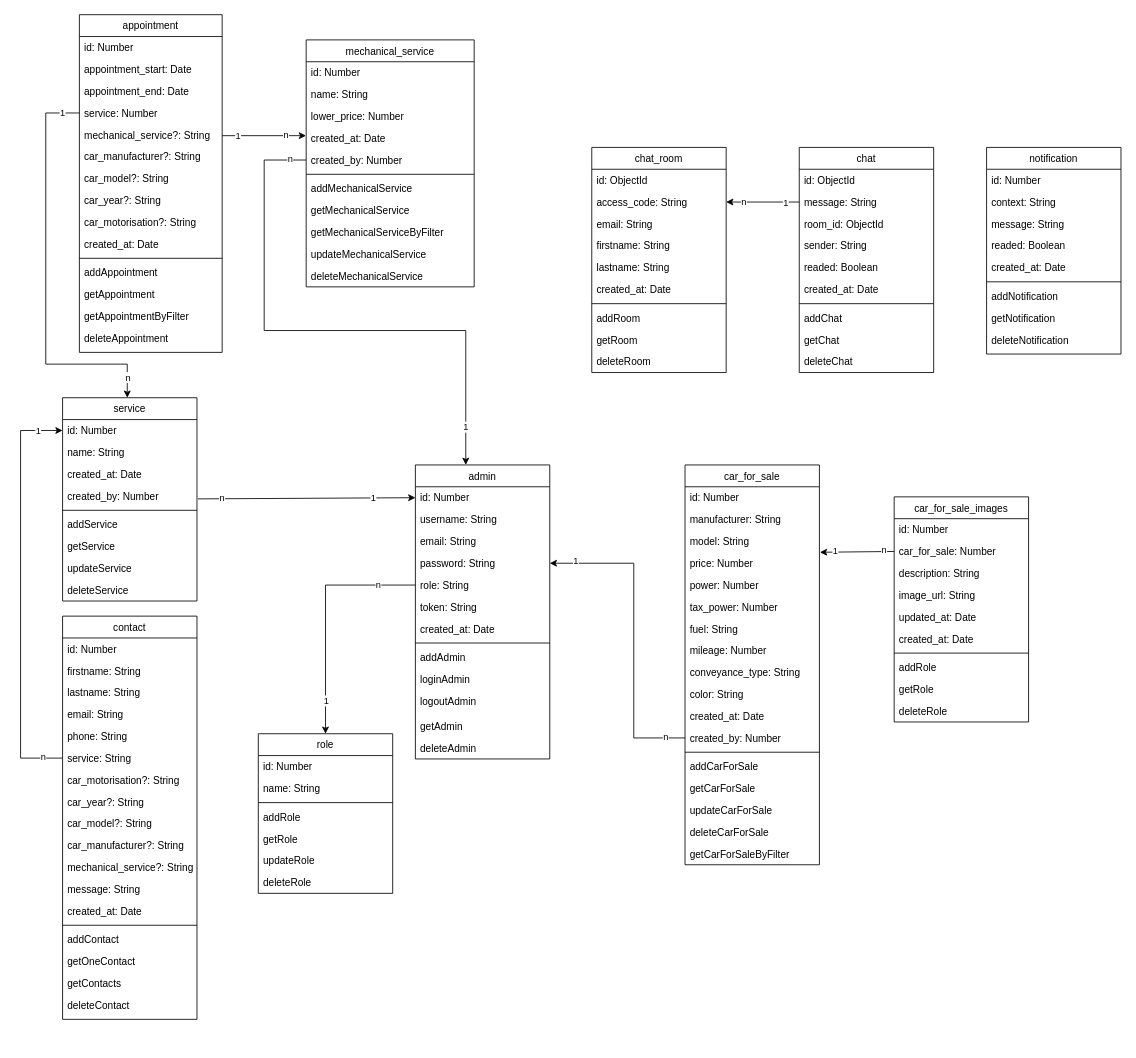
Above: documentation/hephaistos-MCD.drawio in nsevendev/hephaistos (draw.io), before the change. Source tidied: cells renumbered, new cells numbered last; positions are measured from the earlier drawing's top-left corner, leaving out a move shared by most shapes. Both pictures are drawn from the tidied source at 84%, with x=0, y=0 at pixel (20, 14).
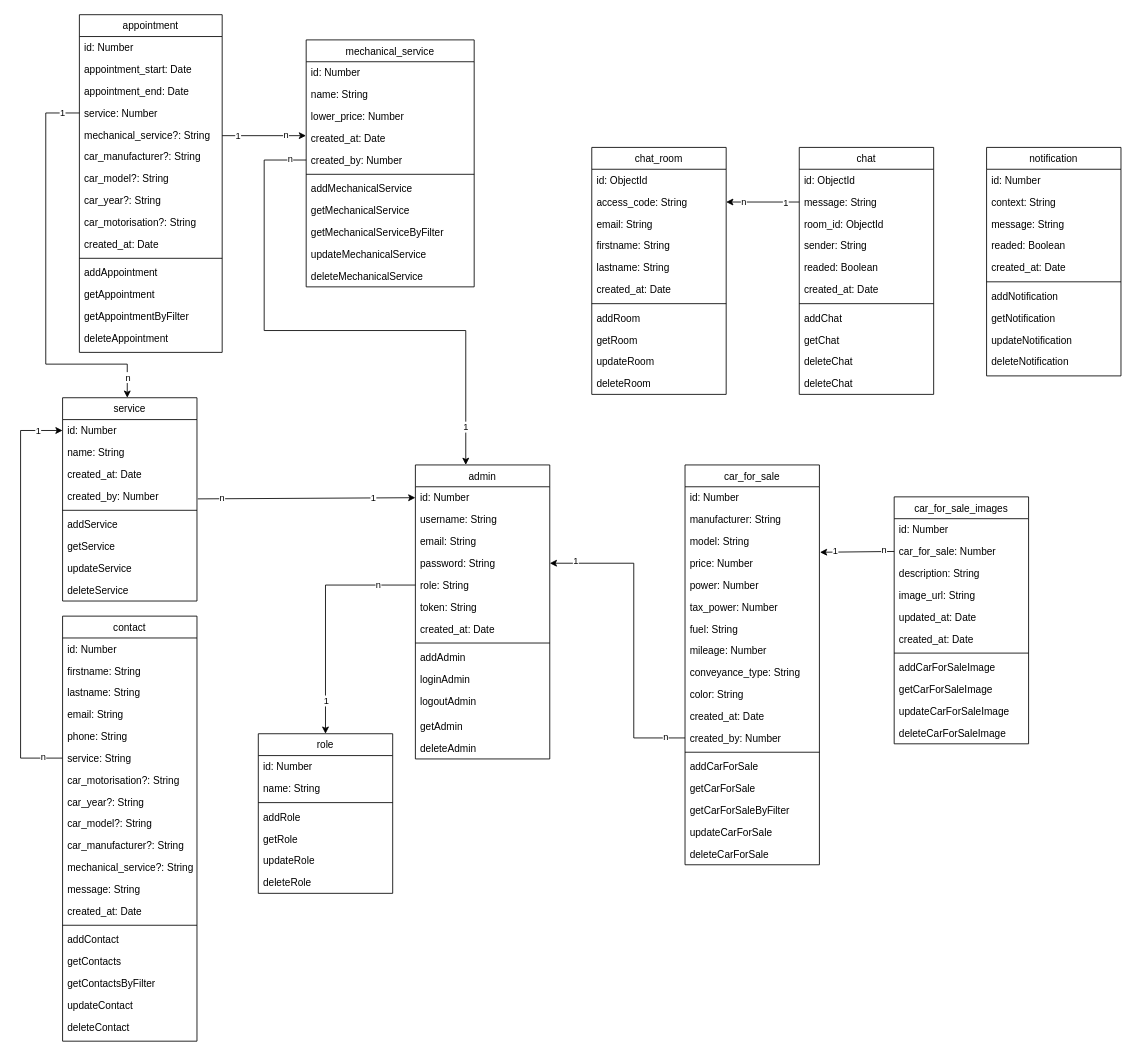
After the change.

Commit message:
Ajout de plusieurs fonctions

Unchanged cells that the change refers to:
```xml
<mxCell id="14" value="car_for_sale" style="swimlane;fontStyle=0;align=center;verticalAlign=top;horizontal=1;startSize=26;rounded=0;shadow=0;strokeWidth=1;" parent="1" vertex="1">
  <mxGeometry x="791" y="536" width="160" height="476" as="geometry" />
</mxCell>
```

Diff of the diagram source:
```diff
@@
+    <mxCell id="32" value="getCarForSaleByFilter" style="text;align=left;verticalAlign=top;spacingLeft=4;spacingRight=4;overflow=hidden;" parent="14" vertex="1">
+      <mxGeometry y="398" width="160" height="26" as="geometry" />
+    </mxCell>
     <mxCell id="30" value="updateCarForSale" style="text;align=left;verticalAlign=top;spacingLeft=4;spacingRight=4;overflow=hidden;" parent="14" vertex="1">
-      <mxGeometry y="398" width="160" height="26" as="geometry" />
+      <mxGeometry y="424" width="160" height="26" as="geometry" />
     </mxCell>
     <mxCell id="31" value="deleteCarForSale" style="text;align=left;verticalAlign=top;spacingLeft=4;spacingRight=4;overflow=hidden;" parent="14" vertex="1">
-      <mxGeometry y="424" width="160" height="26" as="geometry" />
+      <mxGeometry y="450" width="160" height="26" as="geometry" />
     </mxCell>
-    <mxCell id="32" value="getCarForSaleByFilter" style="text;align=left;verticalAlign=top;spacingLeft=4;spacingRight=4;overflow=hidden;" parent="14" vertex="1">
-      <mxGeometry y="450" width="160" height="26" as="geometry" />
-    </mxCell>
     <mxCell id="33" value="chat_room" style="swimlane;fontStyle=0;align=center;verticalAlign=top;horizontal=1;startSize=26;rounded=0;shadow=0;strokeWidth=1;" parent="1" vertex="1">
-      <mxGeometry x="680" y="158" width="160" height="268" as="geometry" />
+      <mxGeometry x="680" y="158" width="160" height="294" as="geometry" />
     </mxCell>
@@
+    <mxCell id="170" value="updateRoom" style="text;align=left;verticalAlign=top;spacingLeft=4;spacingRight=4;overflow=hidden;" parent="33" vertex="1">
+      <mxGeometry y="242" width="160" height="26" as="geometry" />
+    </mxCell>
     <mxCell id="43" value="deleteRoom" style="text;align=left;verticalAlign=top;spacingLeft=4;spacingRight=4;overflow=hidden;" parent="33" vertex="1">
-      <mxGeometry y="242" width="160" height="26" as="geometry" />
+      <mxGeometry y="268" width="160" height="26" as="geometry" />
     </mxCell>
     <mxCell id="44" value="chat" style="swimlane;fontStyle=0;align=center;verticalAlign=top;horizontal=1;startSize=26;rounded=0;shadow=0;strokeWidth=1;" parent="1" vertex="1">
-      <mxGeometry x="927" y="158" width="160" height="268" as="geometry" />
+      <mxGeometry x="927" y="158" width="160" height="294" as="geometry" />
     </mxCell>
@@
+    <mxCell id="171" value="deleteChat" style="text;align=left;verticalAlign=top;spacingLeft=4;spacingRight=4;overflow=hidden;" parent="44" vertex="1">
+      <mxGeometry y="242" width="160" height="26" as="geometry" />
+    </mxCell>
     <mxCell id="54" value="deleteChat" style="text;align=left;verticalAlign=top;spacingLeft=4;spacingRight=4;overflow=hidden;" parent="44" vertex="1">
-      <mxGeometry y="242" width="160" height="26" as="geometry" />
+      <mxGeometry y="268" width="160" height="26" as="geometry" />
     </mxCell>
@@
     <mxCell id="72" value="contact" style="swimlane;fontStyle=0;align=center;verticalAlign=top;horizontal=1;startSize=26;rounded=0;shadow=0;strokeWidth=1;" parent="1" vertex="1">
-      <mxGeometry x="50" y="716" width="160" height="480" as="geometry" />
+      <mxGeometry x="50" y="716" width="160" height="506" as="geometry" />
     </mxCell>
@@
+    <mxCell id="89" value="getContacts" style="text;align=left;verticalAlign=top;spacingLeft=4;spacingRight=4;overflow=hidden;" parent="72" vertex="1">
+      <mxGeometry y="398" width="160" height="26" as="geometry" />
+    </mxCell>
+    <mxCell id="172" value="getContactsByFilter" style="text;align=left;verticalAlign=top;spacingLeft=4;spacingRight=4;overflow=hidden;" parent="72" vertex="1">
+      <mxGeometry y="424" width="160" height="26" as="geometry" />
+    </mxCell>
-    <mxCell id="88" value="getOneContact" style="text;align=left;verticalAlign=top;spacingLeft=4;spacingRight=4;overflow=hidden;" parent="72" vertex="1">
-      <mxGeometry y="398" width="160" height="26" as="geometry" />
+    <mxCell id="88" value="updateContact" style="text;align=left;verticalAlign=top;spacingLeft=4;spacingRight=4;overflow=hidden;" parent="72" vertex="1">
+      <mxGeometry y="450" width="160" height="26" as="geometry" />
     </mxCell>
-    <mxCell id="89" value="getContacts" style="text;align=left;verticalAlign=top;spacingLeft=4;spacingRight=4;overflow=hidden;" parent="72" vertex="1">
-      <mxGeometry y="424" width="160" height="26" as="geometry" />
-    </mxCell>
     <mxCell id="90" value="deleteContact" style="text;align=left;verticalAlign=top;spacingLeft=4;spacingRight=4;overflow=hidden;" parent="72" vertex="1">
-      <mxGeometry y="450" width="160" height="30" as="geometry" />
+      <mxGeometry y="476" width="160" height="30" as="geometry" />
     </mxCell>
@@
     <mxCell id="105" value="notification" style="swimlane;fontStyle=0;align=center;verticalAlign=top;horizontal=1;startSize=26;rounded=0;shadow=0;strokeWidth=1;" parent="1" vertex="1">
-      <mxGeometry x="1150" y="158" width="160" height="246" as="geometry" />
+      <mxGeometry x="1150" y="158" width="160" height="272" as="geometry" />
     </mxCell>
@@
+    <mxCell id="173" value="updateNotification" style="text;align=left;verticalAlign=top;spacingLeft=4;spacingRight=4;overflow=hidden;" parent="105" vertex="1">
+      <mxGeometry y="216" width="160" height="26" as="geometry" />
+    </mxCell>
     <mxCell id="114" value="deleteNotification" style="text;align=left;verticalAlign=top;spacingLeft=4;spacingRight=4;overflow=hidden;" parent="105" vertex="1">
-      <mxGeometry y="216" width="160" height="30" as="geometry" />
+      <mxGeometry y="242" width="160" height="30" as="geometry" />
     </mxCell>
@@
     <mxCell id="131" value="car_for_sale_images" style="swimlane;fontStyle=0;align=center;verticalAlign=top;horizontal=1;startSize=26;rounded=0;shadow=0;strokeWidth=1;" parent="1" vertex="1">
-      <mxGeometry x="1040" y="574" width="160" height="268" as="geometry" />
+      <mxGeometry x="1040" y="574" width="160" height="294" as="geometry" />
     </mxCell>
@@
-    <mxCell id="139" value="addRole" style="text;align=left;verticalAlign=top;spacingLeft=4;spacingRight=4;overflow=hidden;" parent="131" vertex="1">
+    <mxCell id="139" value="addCarForSaleImage" style="text;align=left;verticalAlign=top;spacingLeft=4;spacingRight=4;overflow=hidden;" parent="131" vertex="1">
       <mxGeometry y="190" width="160" height="26" as="geometry" />
     </mxCell>
-    <mxCell id="140" value="getRole" style="text;align=left;verticalAlign=top;spacingLeft=4;spacingRight=4;overflow=hidden;" parent="131" vertex="1">
+    <mxCell id="140" value="getCarForSaleImage" style="text;align=left;verticalAlign=top;spacingLeft=4;spacingRight=4;overflow=hidden;" parent="131" vertex="1">
       <mxGeometry y="216" width="160" height="26" as="geometry" />
     </mxCell>
+    <mxCell id="174" value="updateCarForSaleImage" style="text;align=left;verticalAlign=top;spacingLeft=4;spacingRight=4;overflow=hidden;" parent="131" vertex="1">
+      <mxGeometry y="242" width="160" height="26" as="geometry" />
+    </mxCell>
-    <mxCell id="141" value="deleteRole" style="text;align=left;verticalAlign=top;spacingLeft=4;spacingRight=4;overflow=hidden;" parent="131" vertex="1">
-      <mxGeometry y="242" width="160" height="26" as="geometry" />
+    <mxCell id="141" value="deleteCarForSaleImage" style="text;align=left;verticalAlign=top;spacingLeft=4;spacingRight=4;overflow=hidden;" parent="131" vertex="1">
+      <mxGeometry y="268" width="160" height="26" as="geometry" />
     </mxCell>
```
